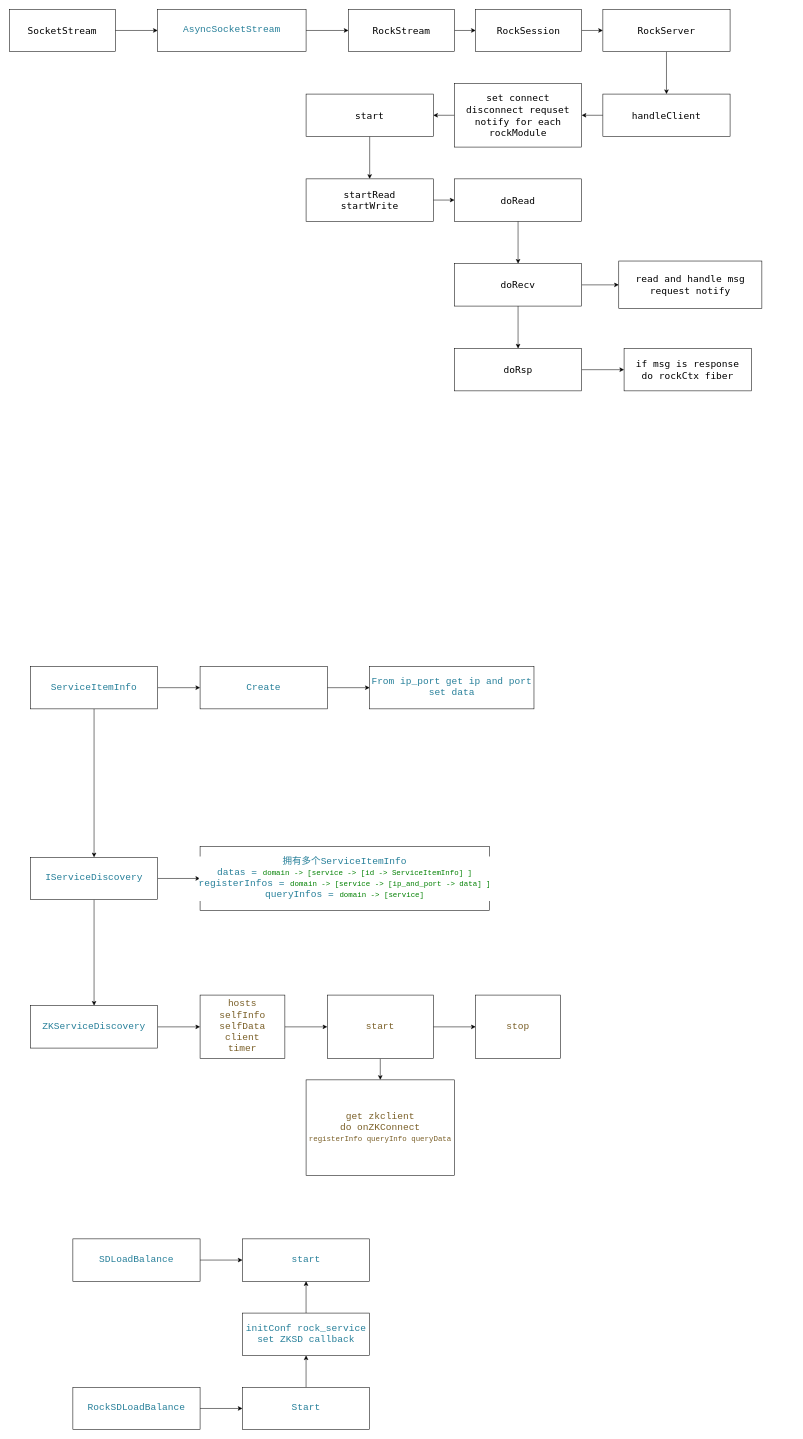
The draw.io diagram rockserver.drawio in Mn258/WebServer, before the edit. Source tidied: cells renumbered, new cells numbered last; positions are measured from the earlier drawing's top-left corner, leaving out a move shared by most shapes. Both pictures are drawn from the tidied source at 53%, with x=0, y=0 at pixel (9, 9).
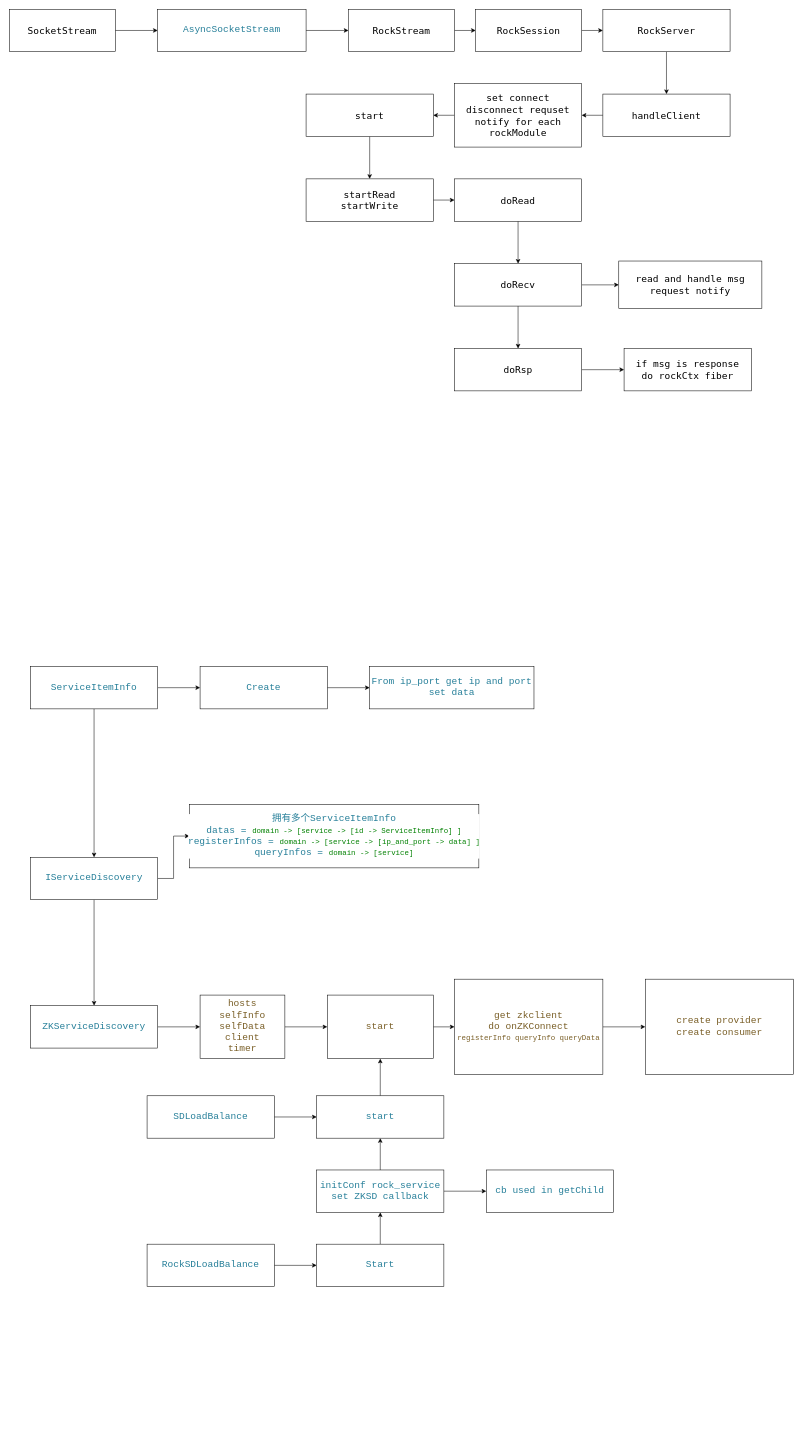
The same diagram, later.

The change refers to these unchanged cells:
```xml
<mxCell id="49" value="&lt;div style=&quot;background-color: rgb(255, 255, 255); font-family: Consolas, &amp;quot;Courier New&amp;quot;, monospace; line-height: 19px; white-space: pre;&quot;&gt;&lt;div style=&quot;line-height: 19px;&quot;&gt;&lt;font color=&quot;#795e26&quot;&gt;&lt;span style=&quot;font-size: 18px;&quot;&gt;start&lt;/span&gt;&lt;/font&gt;&lt;/div&gt;&lt;/div&gt;" style="rounded=0;whiteSpace=wrap;html=1;" parent="1" vertex="1">
  <mxGeometry x="600" y="1860" width="200" height="120" as="geometry" />
</mxCell>
```

Change to the diagram source:
```diff
@@
     <mxCell id="38" value="&lt;div style=&quot;color: rgb(59, 59, 59); background-color: rgb(255, 255, 255); font-family: Consolas, &amp;quot;Courier New&amp;quot;, monospace; line-height: 19px; white-space: pre;&quot;&gt;&lt;div style=&quot;line-height: 19px;&quot;&gt;&lt;span style=&quot;color: rgb(38, 127, 153);&quot;&gt;&lt;font style=&quot;font-size: 18px;&quot;&gt;RockSDLoadBalance&lt;/font&gt;&lt;/span&gt;&lt;/div&gt;&lt;/div&gt;" style="rounded=0;whiteSpace=wrap;html=1;" parent="1" vertex="1">
-      <mxGeometry x="120" y="2600" width="240" height="80" as="geometry" />
+      <mxGeometry x="260" y="2330" width="240" height="80" as="geometry" />
     </mxCell>
@@
     <mxCell id="40" value="&lt;div style=&quot;color: rgb(59, 59, 59); background-color: rgb(255, 255, 255); font-family: Consolas, &amp;quot;Courier New&amp;quot;, monospace; line-height: 19px; white-space: pre;&quot;&gt;&lt;div style=&quot;line-height: 19px;&quot;&gt;&lt;div style=&quot;line-height: 19px;&quot;&gt;&lt;span style=&quot;color: rgb(38, 127, 153);&quot;&gt;&lt;font style=&quot;font-size: 18px;&quot;&gt;SDLoadBalance&lt;/font&gt;&lt;/span&gt;&lt;/div&gt;&lt;/div&gt;&lt;/div&gt;" style="rounded=0;whiteSpace=wrap;html=1;" parent="1" vertex="1">
-      <mxGeometry x="120" y="2320" width="240" height="80" as="geometry" />
+      <mxGeometry x="260" y="2050" width="240" height="80" as="geometry" />
     </mxCell>
@@
     <mxCell id="46" value="&lt;div style=&quot;background-color: rgb(255, 255, 255); font-family: Consolas, &amp;quot;Courier New&amp;quot;, monospace; line-height: 19px; white-space: pre;&quot;&gt;&lt;div style=&quot;line-height: 19px;&quot;&gt;&lt;font color=&quot;#267f99&quot;&gt;&lt;span style=&quot;font-size: 18px;&quot;&gt;拥有多个ServiceItemInfo&lt;/span&gt;&lt;/font&gt;&lt;/div&gt;&lt;div style=&quot;line-height: 19px;&quot;&gt;&lt;font color=&quot;#267f99&quot;&gt;&lt;span style=&quot;font-size: 18px;&quot;&gt;datas = &lt;/span&gt;&lt;/font&gt;&lt;span style=&quot;color: rgb(0, 128, 0); font-size: 14px;&quot;&gt;domain -&amp;gt; [service -&amp;gt; [id -&amp;gt; ServiceItemInfo] ]&lt;/span&gt;&lt;/div&gt;&lt;div style=&quot;line-height: 19px;&quot;&gt;&lt;font color=&quot;#267f99&quot;&gt;&lt;span style=&quot;font-size: 18px;&quot;&gt;registerInfos = &lt;/span&gt;&lt;/font&gt;&lt;span style=&quot;color: rgb(0, 128, 0); font-size: 14px;&quot;&gt;domain -&amp;gt; [service -&amp;gt; [ip_and_port -&amp;gt; data] ]&lt;/span&gt;&lt;/div&gt;&lt;div style=&quot;line-height: 19px;&quot;&gt;&lt;font color=&quot;#267f99&quot;&gt;&lt;span style=&quot;font-size: 18px;&quot;&gt;queryInfos = &lt;/span&gt;&lt;/font&gt;&lt;span style=&quot;color: rgb(0, 128, 0); font-size: 14px;&quot;&gt;domain -&amp;gt; [service]&lt;/span&gt;&lt;/div&gt;&lt;/div&gt;" style="rounded=0;whiteSpace=wrap;html=1;" parent="1" vertex="1">
-      <mxGeometry x="360" y="1580" width="546" height="120" as="geometry" />
+      <mxGeometry x="340" y="1500" width="546" height="120" as="geometry" />
     </mxCell>
-    <mxCell id="47" style="edgeStyle=orthogonalEdgeStyle;rounded=0;jettySize=auto;html=1;" parent="1" edge="1" source="49" target="50">
-      <mxGeometry relative="1" as="geometry" />
-    </mxCell>
@@
-    <mxCell id="50" value="&lt;div style=&quot;background-color: rgb(255, 255, 255); font-family: Consolas, &amp;quot;Courier New&amp;quot;, monospace; line-height: 19px; white-space: pre;&quot;&gt;&lt;div style=&quot;line-height: 19px;&quot;&gt;&lt;font color=&quot;#795e26&quot;&gt;&lt;span style=&quot;font-size: 18px;&quot;&gt;stop&lt;/span&gt;&lt;/font&gt;&lt;/div&gt;&lt;/div&gt;" style="rounded=0;whiteSpace=wrap;html=1;" parent="1" vertex="1">
-      <mxGeometry x="880" y="1860" width="160" height="120" as="geometry" />
-    </mxCell>
+    <mxCell id="57" style="edgeStyle=orthogonalEdgeStyle;rounded=0;jettySize=auto;html=1;" parent="1" edge="1" source="51" target="61">
+      <mxGeometry relative="1" as="geometry" />
+    </mxCell>
     <mxCell id="51" value="&lt;div style=&quot;background-color: rgb(255, 255, 255); font-family: Consolas, &amp;quot;Courier New&amp;quot;, monospace; line-height: 19px; white-space: pre;&quot;&gt;&lt;div style=&quot;line-height: 19px;&quot;&gt;&lt;font color=&quot;#795e26&quot;&gt;&lt;span style=&quot;font-size: 18px;&quot;&gt;get zkclient&lt;/span&gt;&lt;/font&gt;&lt;/div&gt;&lt;div style=&quot;line-height: 19px;&quot;&gt;&lt;font color=&quot;#795e26&quot;&gt;&lt;span style=&quot;font-size: 18px;&quot;&gt;do &lt;/span&gt;&lt;/font&gt;&lt;span style=&quot;color: rgb(121, 94, 38);&quot;&gt;&lt;font style=&quot;font-size: 18px;&quot;&gt;onZKConnect&lt;/font&gt;&lt;/span&gt;&lt;/div&gt;&lt;div style=&quot;line-height: 19px;&quot;&gt;&lt;div style=&quot;color: rgb(59, 59, 59); font-size: 14px; line-height: 19px;&quot;&gt;&lt;span style=&quot;color: #795e26;&quot;&gt;registerInfo queryInfo queryData&lt;/span&gt;&lt;/div&gt;&lt;/div&gt;&lt;/div&gt;" style="rounded=0;whiteSpace=wrap;html=1;" parent="1" vertex="1">
-      <mxGeometry x="560" y="2020" width="280" height="180" as="geometry" />
+      <mxGeometry x="840" y="1830" width="280" height="180" as="geometry" />
     </mxCell>
@@
     <mxCell id="53" value="&lt;div style=&quot;color: rgb(59, 59, 59); background-color: rgb(255, 255, 255); font-family: Consolas, &amp;quot;Courier New&amp;quot;, monospace; line-height: 19px; white-space: pre;&quot;&gt;&lt;div style=&quot;line-height: 19px;&quot;&gt;&lt;span style=&quot;color: rgb(38, 127, 153);&quot;&gt;&lt;font style=&quot;font-size: 18px;&quot;&gt;Start&lt;/font&gt;&lt;/span&gt;&lt;/div&gt;&lt;/div&gt;" style="rounded=0;whiteSpace=wrap;html=1;" parent="1" vertex="1">
-      <mxGeometry x="440" y="2600" width="240" height="80" as="geometry" />
+      <mxGeometry x="580" y="2330" width="240" height="80" as="geometry" />
     </mxCell>
@@
+    <mxCell id="58" style="edgeStyle=orthogonalEdgeStyle;rounded=0;jettySize=auto;html=1;" parent="1" edge="1" source="55" target="60">
+      <mxGeometry relative="1" as="geometry" />
+    </mxCell>
     <mxCell id="55" value="&lt;div style=&quot;background-color: rgb(255, 255, 255); font-family: Consolas, &amp;quot;Courier New&amp;quot;, monospace; line-height: 19px; white-space: pre;&quot;&gt;&lt;div style=&quot;line-height: 19px;&quot;&gt;&lt;span style=&quot;color: rgb(38, 127, 153); font-size: 18px;&quot;&gt;initConf rock_service&lt;/span&gt;&lt;/div&gt;&lt;div style=&quot;line-height: 19px;&quot;&gt;&lt;span style=&quot;color: rgb(38, 127, 153); font-size: 18px;&quot;&gt;set ZKSD callback&lt;/span&gt;&lt;/div&gt;&lt;/div&gt;" style="rounded=0;whiteSpace=wrap;html=1;" parent="1" vertex="1">
-      <mxGeometry x="440" y="2460" width="240" height="80" as="geometry" />
+      <mxGeometry x="580" y="2190" width="240" height="80" as="geometry" />
     </mxCell>
+    <mxCell id="59" style="edgeStyle=orthogonalEdgeStyle;rounded=0;jettySize=auto;html=1;exitX=0.5;exitY=0;exitDx=0;exitDy=0;entryX=0.5;entryY=1;entryDx=0;entryDy=0;" parent="1" edge="1" source="56" target="49">
+      <mxGeometry relative="1" as="geometry" />
+    </mxCell>
     <mxCell id="56" value="&lt;div style=&quot;color: rgb(59, 59, 59); background-color: rgb(255, 255, 255); font-family: Consolas, &amp;quot;Courier New&amp;quot;, monospace; line-height: 19px; white-space: pre;&quot;&gt;&lt;div style=&quot;line-height: 19px;&quot;&gt;&lt;div style=&quot;line-height: 19px;&quot;&gt;&lt;span style=&quot;color: rgb(38, 127, 153);&quot;&gt;&lt;font style=&quot;font-size: 18px;&quot;&gt;start&lt;/font&gt;&lt;/span&gt;&lt;/div&gt;&lt;/div&gt;&lt;/div&gt;" style="rounded=0;whiteSpace=wrap;html=1;" parent="1" vertex="1">
-      <mxGeometry x="440" y="2320" width="240" height="80" as="geometry" />
+      <mxGeometry x="580" y="2050" width="240" height="80" as="geometry" />
     </mxCell>
+    <mxCell id="60" value="&lt;div style=&quot;background-color: rgb(255, 255, 255); font-family: Consolas, &amp;quot;Courier New&amp;quot;, monospace; line-height: 19px; white-space: pre;&quot;&gt;&lt;div style=&quot;line-height: 19px;&quot;&gt;&lt;font color=&quot;#267f99&quot;&gt;&lt;span style=&quot;font-size: 18px;&quot;&gt;cb used in getChild&lt;/span&gt;&lt;/font&gt;&lt;/div&gt;&lt;/div&gt;" style="rounded=0;whiteSpace=wrap;html=1;" parent="1" vertex="1">
+      <mxGeometry x="900" y="2190" width="240" height="80" as="geometry" />
+    </mxCell>
+    <mxCell id="61" value="&lt;div style=&quot;background-color: rgb(255, 255, 255); font-family: Consolas, &amp;quot;Courier New&amp;quot;, monospace; line-height: 19px; white-space: pre;&quot;&gt;&lt;div style=&quot;line-height: 19px;&quot;&gt;&lt;font color=&quot;#795e26&quot;&gt;&lt;span style=&quot;font-size: 18px;&quot;&gt;create provider&lt;/span&gt;&lt;/font&gt;&lt;/div&gt;&lt;div style=&quot;line-height: 19px;&quot;&gt;&lt;font color=&quot;#795e26&quot;&gt;&lt;span style=&quot;font-size: 18px;&quot;&gt;create consumer&lt;/span&gt;&lt;/font&gt;&lt;/div&gt;&lt;/div&gt;" style="rounded=0;whiteSpace=wrap;html=1;" parent="1" vertex="1">
+      <mxGeometry x="1200" y="1830" width="280" height="180" as="geometry" />
+    </mxCell>
```
